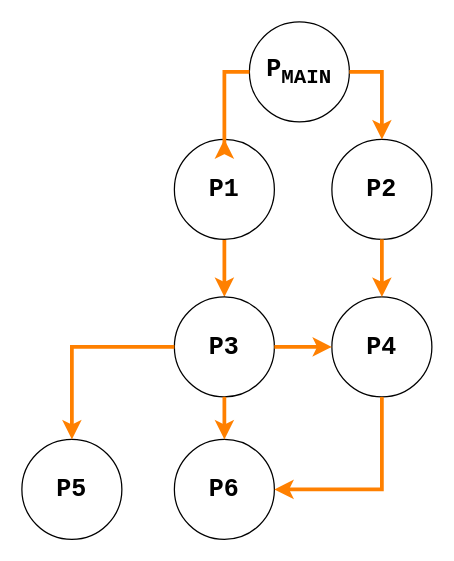
Before: text/figures/infer_call_graph.drawio in harmim/vut-ibt, a draw.io diagram. Source tidied: cells renumbered, new cells numbered last; positions are measured from the earlier drawing's top-left corner, leaving out a move shared by most shapes. Both pictures are drawn from the tidied source at 125%, with x=0, y=0 at pixel (21, 21).
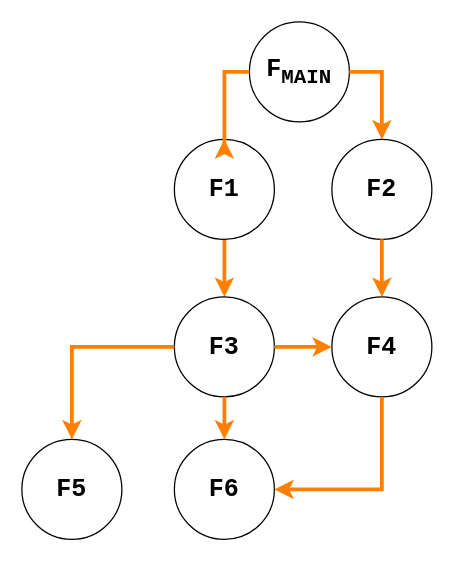
The same diagram, later.

Diff of the diagram source:
```diff
@@
 <mxGraphModel>
   <root>
     <mxCell id="0" />
     <mxCell id="1" parent="0" />
     <mxCell id="2" style="edgeStyle=orthogonalEdgeStyle;rounded=0;jettySize=auto;html=1;fillColor=#fff2cc;strokeColor=#FF8000;strokeWidth=3;exitX=0.5;exitY=1;exitDx=0;exitDy=0;entryX=0.5;entryY=0;entryDx=0;entryDy=0;curved=1;" parent="1" edge="1" source="3" target="4">
       <mxGeometry relative="1" as="geometry" />
     </mxCell>
-    <mxCell id="3" value="P1" style="ellipse;whiteSpace=wrap;html=1;fontSize=20;fontFamily=Courier New;fontStyle=1;" parent="1" vertex="1">
+    <mxCell id="3" value="F1" style="ellipse;whiteSpace=wrap;html=1;fontSize=20;fontFamily=Courier New;fontStyle=1;" parent="1" vertex="1">
       <mxGeometry x="122" y="94" width="80" height="80" as="geometry" />
     </mxCell>
-    <mxCell id="4" value="P3" style="ellipse;whiteSpace=wrap;html=1;fontSize=20;fontFamily=Courier New;fontStyle=1;" parent="1" vertex="1">
+    <mxCell id="4" value="F3" style="ellipse;whiteSpace=wrap;html=1;fontSize=20;fontFamily=Courier New;fontStyle=1;" parent="1" vertex="1">
       <mxGeometry x="122" y="220" width="80" height="80" as="geometry" />
     </mxCell>
-    <mxCell id="5" value="P2" style="ellipse;whiteSpace=wrap;html=1;fontSize=20;fontFamily=Courier New;fontStyle=1;" parent="1" vertex="1">
+    <mxCell id="5" value="F2" style="ellipse;whiteSpace=wrap;html=1;fontSize=20;fontFamily=Courier New;fontStyle=1;" parent="1" vertex="1">
       <mxGeometry x="248" y="94" width="80" height="80" as="geometry" />
     </mxCell>
-    <mxCell id="6" value="P4" style="ellipse;whiteSpace=wrap;html=1;fontSize=20;fontFamily=Courier New;fontStyle=1;" parent="1" vertex="1">
+    <mxCell id="6" value="F4" style="ellipse;whiteSpace=wrap;html=1;fontSize=20;fontFamily=Courier New;fontStyle=1;" parent="1" vertex="1">
       <mxGeometry x="248" y="220" width="80" height="80" as="geometry" />
     </mxCell>
-    <mxCell id="7" value="P5" style="ellipse;whiteSpace=wrap;html=1;fontSize=20;fontFamily=Courier New;fontStyle=1;" parent="1" vertex="1">
+    <mxCell id="7" value="F5" style="ellipse;whiteSpace=wrap;html=1;fontSize=20;fontFamily=Courier New;fontStyle=1;" parent="1" vertex="1">
       <mxGeometry y="334" width="80" height="80" as="geometry" />
     </mxCell>
-    <mxCell id="8" value="P6" style="ellipse;whiteSpace=wrap;html=1;fontSize=20;fontFamily=Courier New;fontStyle=1;" parent="1" vertex="1">
+    <mxCell id="8" value="F6" style="ellipse;whiteSpace=wrap;html=1;fontSize=20;fontFamily=Courier New;fontStyle=1;" parent="1" vertex="1">
       <mxGeometry x="122" y="334" width="80" height="80" as="geometry" />
     </mxCell>
     <mxCell id="9" style="edgeStyle=orthogonalEdgeStyle;rounded=0;jettySize=auto;html=1;fillColor=#fff2cc;strokeColor=#FF8000;strokeWidth=3;exitX=0.5;exitY=1;exitDx=0;exitDy=0;entryX=0.5;entryY=0;entryDx=0;entryDy=0;curved=1;" parent="1" edge="1" source="5" target="6">
       <mxGeometry relative="1" as="geometry" />
     </mxCell>
     <mxCell id="10" style="edgeStyle=orthogonalEdgeStyle;rounded=0;jettySize=auto;html=1;fillColor=#fff2cc;strokeColor=#FF8000;strokeWidth=3;entryX=0.5;entryY=0;entryDx=0;entryDy=0;curved=1;exitX=0.5;exitY=1;exitDx=0;exitDy=0;" parent="1" edge="1" source="4" target="8">
       <mxGeometry relative="1" as="geometry" />
     </mxCell>
     <mxCell id="11" style="edgeStyle=orthogonalEdgeStyle;rounded=0;jettySize=auto;html=1;fillColor=#fff2cc;strokeColor=#FF8000;strokeWidth=3;exitX=1;exitY=0.5;exitDx=0;exitDy=0;entryX=0;entryY=0.5;entryDx=0;entryDy=0;curved=1;" parent="1" edge="1" source="4" target="6">
       <mxGeometry relative="1" as="geometry" />
     </mxCell>
     <mxCell id="12" style="rounded=0;jettySize=auto;html=1;fillColor=#fff2cc;strokeColor=#FF8000;strokeWidth=3;exitX=0.5;exitY=1;exitDx=0;exitDy=0;entryX=1;entryY=0.5;entryDx=0;entryDy=0;elbow=vertical;edgeStyle=orthogonalEdgeStyle;" parent="1" edge="1" source="6" target="8">
       <mxGeometry relative="1" as="geometry" />
     </mxCell>
     <mxCell id="13" style="rounded=0;jettySize=auto;html=1;fillColor=#fff2cc;strokeColor=#FF8000;strokeWidth=3;exitX=0;exitY=0.5;exitDx=0;exitDy=0;entryX=0.5;entryY=0;entryDx=0;entryDy=0;elbow=vertical;edgeStyle=orthogonalEdgeStyle;" parent="1" edge="1" source="4" target="7">
       <mxGeometry relative="1" as="geometry" />
     </mxCell>
-    <mxCell id="14" value="P&lt;sub&gt;MAIN&lt;/sub&gt;" style="ellipse;whiteSpace=wrap;html=1;fontSize=20;fontFamily=Courier New;fontStyle=1;" parent="1" vertex="1">
+    <mxCell id="14" value="&lt;span style=&quot;font-size: 20px&quot;&gt;F&lt;/span&gt;&lt;sub&gt;MAIN&lt;/sub&gt;" style="ellipse;whiteSpace=wrap;html=1;fontSize=20;fontFamily=Courier New;fontStyle=1;" parent="1" vertex="1">
       <mxGeometry x="182" width="80" height="80" as="geometry" />
     </mxCell>
     <mxCell id="15" style="rounded=0;jettySize=auto;html=1;fillColor=#fff2cc;strokeColor=#FF8000;strokeWidth=3;exitX=0;exitY=0.5;exitDx=0;exitDy=0;elbow=vertical;edgeStyle=orthogonalEdgeStyle;" parent="1" edge="1" source="14">
       <mxGeometry relative="1" as="geometry">
         <mxPoint x="162" y="94" as="targetPoint" />
       </mxGeometry>
     </mxCell>
     <mxCell id="16" style="rounded=0;jettySize=auto;html=1;fillColor=#fff2cc;strokeColor=#FF8000;strokeWidth=3;exitX=1;exitY=0.5;exitDx=0;exitDy=0;elbow=vertical;edgeStyle=orthogonalEdgeStyle;entryX=0.5;entryY=0;entryDx=0;entryDy=0;" parent="1" edge="1" source="14" target="5">
       <mxGeometry relative="1" as="geometry" />
     </mxCell>
   </root>
 </mxGraphModel>
```
